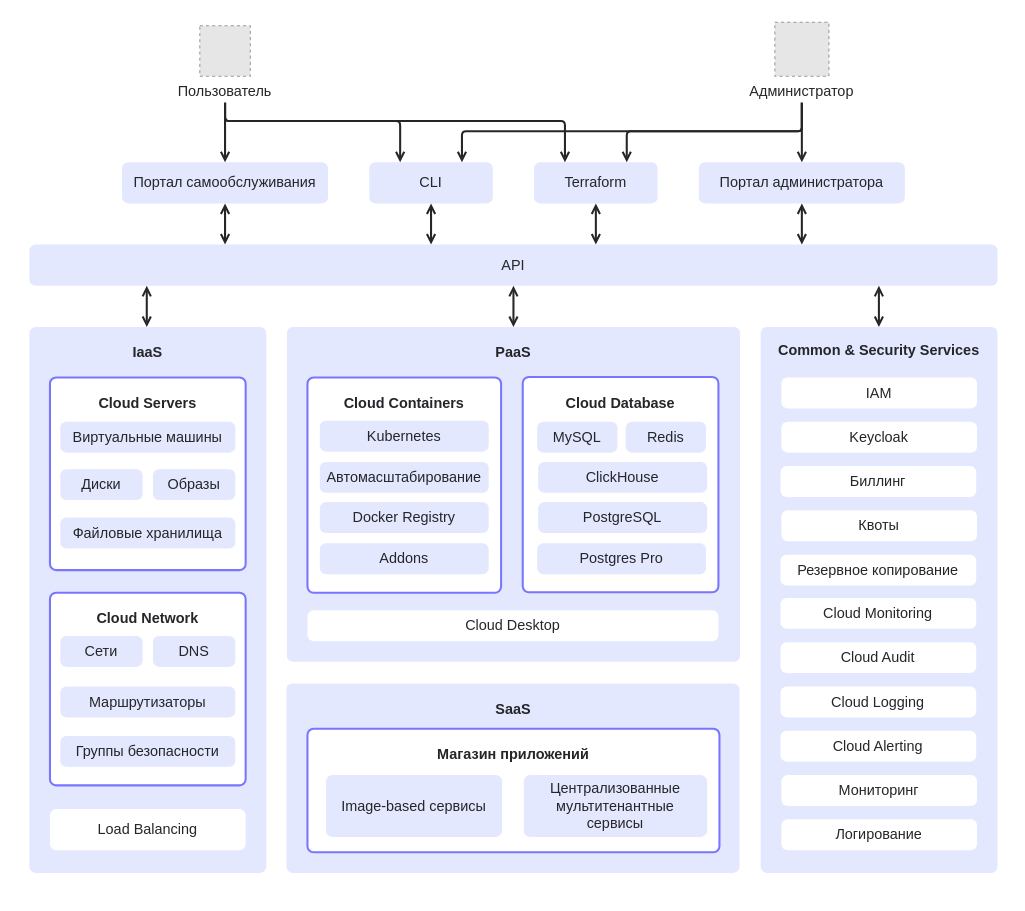
Earlier version of the draw.io diagram page "arch_general_architecture_pg" (2 of 4) of docs/kz/intro/service-list-private/assets/architecture.drawio (vk-cs/docs-public). Source tidied: cells renumbered, new cells numbered last; positions are measured from the earlier drawing's top-left corner, leaving out a move shared by most shapes. Both pictures are drawn from the tidied source at 103%, with x=0, y=0 at pixel (18, 18). Pictures stored in the file or linked from it are replaced by grey dashed boxes.
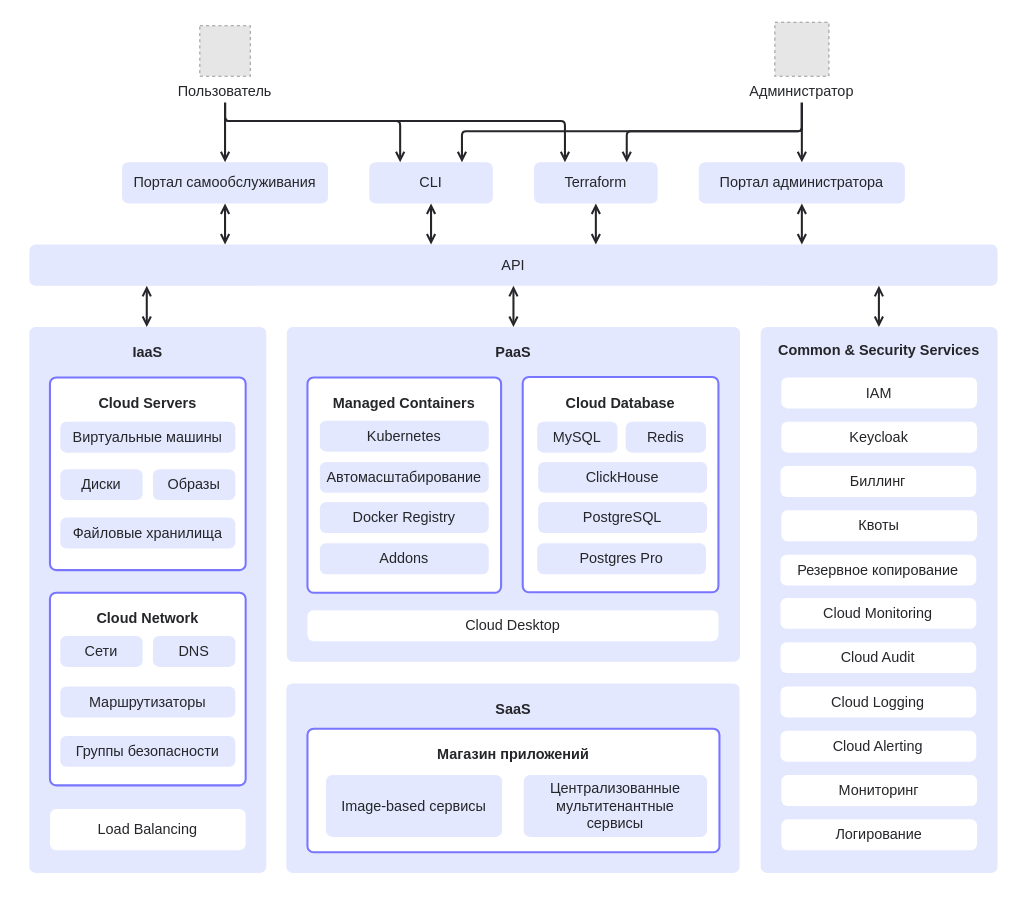
The same page after the edit.

Change to the diagram source:
```diff
@@
-    <mxCell id="19" value="&lt;font&gt;Cloud Containers&lt;/font&gt;" style="rounded=1;whiteSpace=wrap;html=1;fontFamily=VK Sans Display;strokeColor=#7876FF;arcsize=12;fillColor=#FFFFFF;spacing=12;verticalAlign=top;spacingTop=0;strokeWidth=2;spacingLeft=0;spacingBottom=0;fontStyle=1;arcSize=12;absoluteArcSize=1;fontColor=#252629;fontSize=14;" parent="1" vertex="1">
+    <mxCell id="19" value="&lt;font&gt;Managed Containers&lt;/font&gt;" style="rounded=1;whiteSpace=wrap;html=1;fontFamily=VK Sans Display;strokeColor=#7876FF;arcsize=12;fillColor=#FFFFFF;spacing=12;verticalAlign=top;spacingTop=0;strokeWidth=2;spacingLeft=0;spacingBottom=0;fontStyle=1;arcSize=12;absoluteArcSize=1;fontColor=#252629;fontSize=14;" parent="1" vertex="1">
       <mxGeometry x="281" y="349" width="188" height="209" as="geometry" />
     </mxCell>
```
